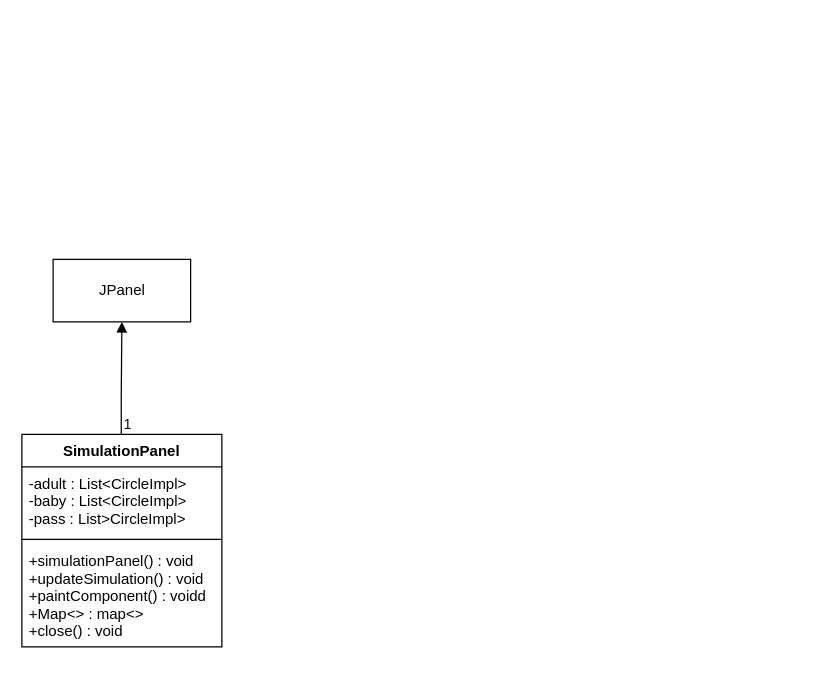
Above: page "Page-8" (8 of 13) of Untitled .drawio in metaphori/students-oop20-liveLand (draw.io), before the change. Source tidied: cells renumbered, new cells numbered last; positions are measured from the earlier drawing's top-left corner, leaving out a move shared by most shapes. Both pictures are drawn from the tidied source at 125%, with x=0, y=0 at pixel (21, 259).
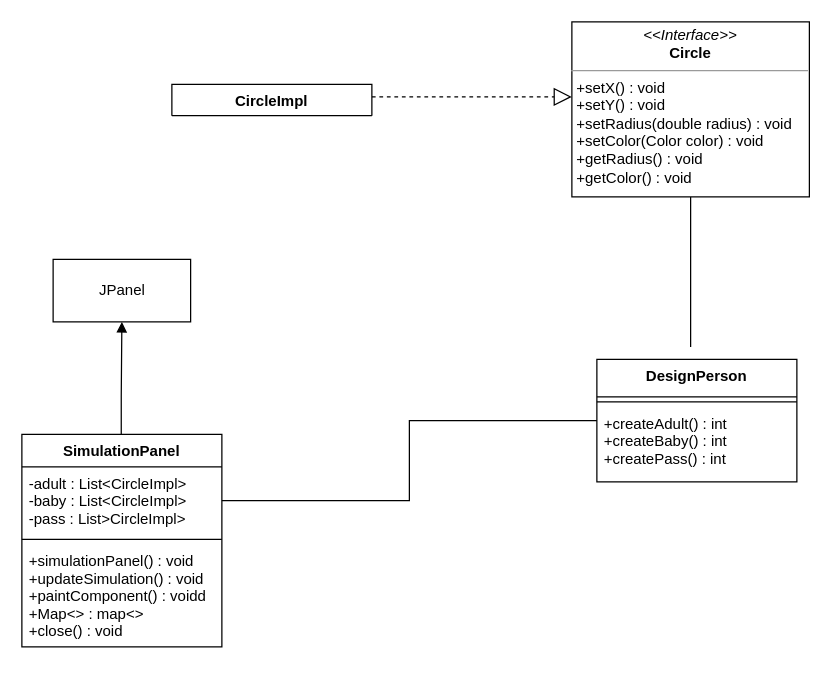
The same page after the edit.

Change to the diagram source:
```diff
@@
 <mxGraphModel>
   <root>
     <mxCell id="0" />
     <mxCell id="1" parent="0" />
     <mxCell id="2" style="endArrow=block;endFill=1;html=1;edgeStyle=orthogonalEdgeStyle;align=left;verticalAlign=top;rounded=0;" parent="1" edge="1">
       <mxGeometry x="-1" relative="1" as="geometry">
         <mxPoint x="79.5" y="140" as="sourcePoint" />
         <mxPoint x="80" y="50" as="targetPoint" />
         <Array as="points">
           <mxPoint x="80" y="110" />
           <mxPoint x="80" y="110" />
         </Array>
       </mxGeometry>
     </mxCell>
-    <mxCell id="3" value="1" style="edgeLabel;html=1;align=left;verticalAlign=bottom;" parent="2" vertex="1">
-      <mxGeometry x="-1" relative="1" as="geometry" />
-    </mxCell>
     <mxCell id="4" value="JPanel" style="html=1;" parent="1" vertex="1">
       <mxGeometry x="25" width="110" height="50" as="geometry" />
     </mxCell>
     <mxCell id="5" value="SimulationPanel" style="swimlane;fontStyle=1;align=center;verticalAlign=top;horizontal=1;startSize=26;" parent="1" vertex="1">
       <mxGeometry y="140" width="160" height="170" as="geometry" />
     </mxCell>
     <mxCell id="6" value="-adult : List&lt;CircleImpl&gt;&#10;-baby : List&lt;CircleImpl&gt;&#10;-pass : List&gt;CircleImpl&gt;" style="text;strokeColor=none;fillColor=none;align=left;verticalAlign=top;spacingLeft=4;spacingRight=4;overflow=hidden;points=[[0,0.5],[1,0.5]];portConstraint=eastwest;" parent="5" vertex="1">
       <mxGeometry y="26" width="160" height="54" as="geometry" />
     </mxCell>
     <mxCell id="7" style="line;strokeWidth=1;fillColor=none;align=left;verticalAlign=middle;spacingTop=-1;spacingLeft=3;spacingRight=3;labelPosition=right;" parent="5" vertex="1">
       <mxGeometry y="80" width="160" height="8" as="geometry" />
     </mxCell>
     <mxCell id="8" value="+simulationPanel() : void&#10;+updateSimulation() : void&#10;+paintComponent() : voidd&#10;+Map&lt;&gt; : map&lt;&gt;&#10;+close() : void" style="text;strokeColor=none;fillColor=none;align=left;verticalAlign=top;spacingLeft=4;spacingRight=4;overflow=hidden;" parent="5" vertex="1">
       <mxGeometry y="88" width="160" height="82" as="geometry" />
     </mxCell>
+    <mxCell id="9" value="DesignPerson" style="swimlane;fontStyle=1;align=center;verticalAlign=top;horizontal=1;startSize=30;" parent="1" vertex="1">
+      <mxGeometry x="460" y="80" width="160" height="98" as="geometry" />
+    </mxCell>
+    <mxCell id="10" style="line;strokeWidth=1;fillColor=none;align=left;verticalAlign=middle;spacingTop=-1;spacingLeft=3;spacingRight=3;labelPosition=right;" parent="9" vertex="1">
+      <mxGeometry y="30" width="160" height="8" as="geometry" />
+    </mxCell>
+    <mxCell id="11" value="+createAdult() : int&#10;+createBaby() : int&#10;+createPass() : int" style="text;strokeColor=none;fillColor=none;align=left;verticalAlign=top;spacingLeft=4;spacingRight=4;overflow=hidden;" parent="9" vertex="1">
+      <mxGeometry y="38" width="160" height="60" as="geometry" />
+    </mxCell>
+    <mxCell id="12" style="edgeStyle=orthogonalEdgeStyle;rounded=0;jettySize=auto;html=1;endArrow=none;endFill=0;" parent="1" edge="1" source="6" target="9">
+      <mxGeometry relative="1" as="geometry" />
+    </mxCell>
+    <mxCell id="13" style="edgeStyle=orthogonalEdgeStyle;rounded=0;jettySize=auto;html=1;endArrow=none;endFill=0;" parent="1" edge="1" source="14">
+      <mxGeometry relative="1" as="geometry">
+        <mxPoint x="535" y="70" as="targetPoint" />
+      </mxGeometry>
+    </mxCell>
+    <mxCell id="14" value="&lt;p style=&quot;margin: 0px ; margin-top: 4px ; text-align: center&quot;&gt;&lt;i&gt;&amp;lt;&amp;lt;Interface&amp;gt;&amp;gt;&lt;/i&gt;&lt;br&gt;&lt;b&gt;Circle&lt;/b&gt;&lt;/p&gt;&lt;hr size=&quot;1&quot;&gt;&lt;p style=&quot;margin: 0px ; margin-left: 4px&quot;&gt;+setX() : void&lt;/p&gt;&lt;p style=&quot;margin: 0px ; margin-left: 4px&quot;&gt;+setY() : void&lt;/p&gt;&lt;p style=&quot;margin: 0px ; margin-left: 4px&quot;&gt;+setRadius(double radius) : void&lt;/p&gt;&lt;p style=&quot;margin: 0px ; margin-left: 4px&quot;&gt;+setColor(Color color) : void&lt;/p&gt;&lt;p style=&quot;margin: 0px ; margin-left: 4px&quot;&gt;+getRadius() : void&lt;/p&gt;&lt;p style=&quot;margin: 0px ; margin-left: 4px&quot;&gt;+getColor() : void&lt;/p&gt;" style="verticalAlign=top;align=left;overflow=fill;fontSize=12;fontFamily=Helvetica;html=1;" parent="1" vertex="1">
+      <mxGeometry x="440" y="-190" width="190" height="140" as="geometry" />
+    </mxCell>
+    <mxCell id="15" style="endArrow=block;dashed=1;endFill=0;endSize=12;html=1;rounded=0;" parent="1" edge="1">
+      <mxGeometry relative="1" as="geometry">
+        <mxPoint x="280" y="-130" as="sourcePoint" />
+        <mxPoint x="440" y="-130" as="targetPoint" />
+      </mxGeometry>
+    </mxCell>
+    <mxCell id="16" value="CircleImpl" style="swimlane;fontStyle=1;align=center;verticalAlign=top;horizontal=1;startSize=26;" parent="1" vertex="1">
+      <mxGeometry x="120" y="-140" width="160" height="25" as="geometry" />
+    </mxCell>
   </root>
 </mxGraphModel>
```
